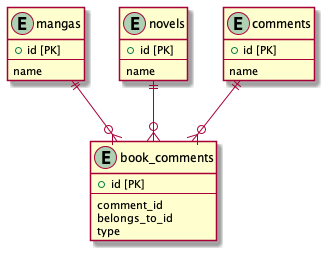
Before: 08/task2.png, a diagram exported from PlantUML (tasdsn/praha). Source of this version:
```plantuml
@startuml
entity mangas {
  + id [PK]
  --
  name
}

entity novels {
  + id [PK]
  --
  name
}

entity book_comments {
  + id [PK]
  --
  comment_id
  belongs_to_id
  type
}

entity comments {
  + id [PK]
  --
  name
}

mangas          ||--o{ book_comments
novels          ||--o{ book_comments
comments        ||--o{ book_comments

@enduml
```
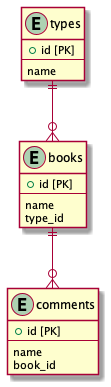
Later version of the same file.

Diff of the diagram source:
```diff
@@ -1,32 +1,25 @@
 @startuml
-entity mangas {
+entity types {
   + id [PK]
   --
   name
 }
 
-entity novels {
+entity books {
   + id [PK]
   --
   name
-}
-
-entity book_comments {
-  + id [PK]
-  --
-  comment_id
-  belongs_to_id
-  type
+  type_id
 }
 
 entity comments {
   + id [PK]
   --
   name
+  book_id
 }
 
-mangas          ||--o{ book_comments
-novels          ||--o{ book_comments
-comments        ||--o{ book_comments
+types          ||--o{ books
+books      ||--o{ comments
 
 @enduml
```
